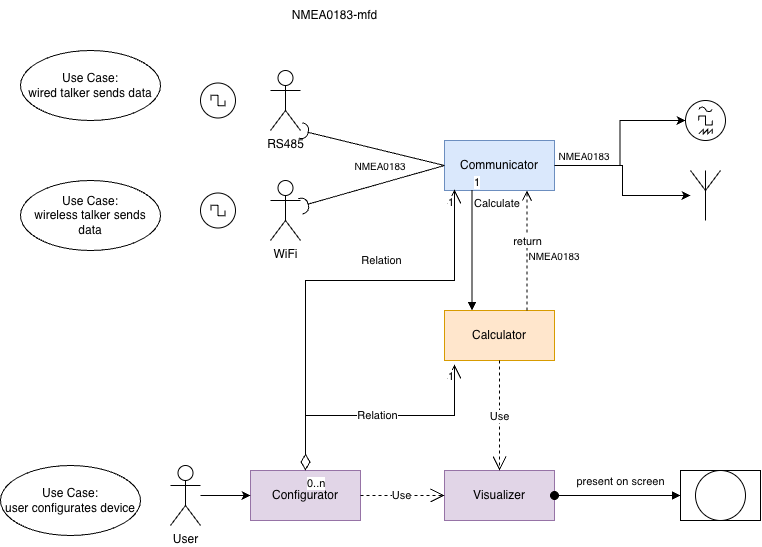
This is NMEA0183-mfd-Use-cases.png from Waps61/NMEA0183_mfd, a draw.io export, as it was before one commit. Source tidied: cells renumbered, new cells last; positions are measured from the earlier drawing's top-left corner, leaving out a move shared by most shapes. Source of this version:
```xml
<mxGraphModel>
  <root>
    <mxCell id="0" />
    <mxCell id="1" parent="0" />
    <mxCell id="2" style="edgeStyle=orthogonalEdgeStyle;rounded=0;jettySize=auto;html=1;exitX=1;exitY=0.5;exitDx=0;exitDy=0;" parent="1" edge="1" source="3" target="15">
      <mxGeometry relative="1" as="geometry" />
    </mxCell>
    <mxCell id="3" value="Communicator" style="html=1;whiteSpace=wrap;fillColor=#dae8fc;strokeColor=#6c8ebf;" parent="1" vertex="1">
      <mxGeometry x="444" y="140" width="110" height="50" as="geometry" />
    </mxCell>
    <mxCell id="4" value="Calculator" style="html=1;whiteSpace=wrap;fillColor=#ffe6cc;strokeColor=#d79b00;" parent="1" vertex="1">
      <mxGeometry x="444" y="310" width="110" height="50" as="geometry" />
    </mxCell>
    <mxCell id="5" value="Visualizer" style="html=1;whiteSpace=wrap;fillColor=#e1d5e7;strokeColor=#9673a6;" parent="1" vertex="1">
      <mxGeometry x="444" y="470" width="110" height="50" as="geometry" />
    </mxCell>
    <mxCell id="6" value="RS485" style="shape=umlActor;verticalLabelPosition=bottom;verticalAlign=top;html=1;" parent="1" vertex="1">
      <mxGeometry x="270" y="70" width="30" height="60" as="geometry" />
    </mxCell>
    <mxCell id="7" value="WiFi" style="shape=umlActor;verticalLabelPosition=bottom;verticalAlign=top;html=1;" parent="1" vertex="1">
      <mxGeometry x="270" y="180" width="30" height="60" as="geometry" />
    </mxCell>
    <mxCell id="8" style="rounded=0;jettySize=auto;html=1;endArrow=halfCircle;endFill=0;endSize=6;strokeWidth=1;sketch=0;fontSize=12;curved=1;entryX=1;entryY=1;entryDx=0;entryDy=0;entryPerimeter=0;exitX=0;exitY=0.5;exitDx=0;exitDy=0;" parent="1" edge="1" source="3" target="6">
      <mxGeometry relative="1" as="geometry" />
    </mxCell>
    <mxCell id="9" style="ellipse;whiteSpace=wrap;html=1;align=center;fillColor=none;strokeColor=none;perimeter=centerPerimeter;" parent="1" vertex="1">
      <mxGeometry x="630" y="360" width="10" height="10" as="geometry" />
    </mxCell>
    <mxCell id="10" style="rounded=0;jettySize=auto;html=1;endArrow=halfCircle;endFill=0;endSize=6;strokeWidth=1;sketch=0;fontSize=12;curved=1;exitX=0;exitY=0.5;exitDx=0;exitDy=0;" parent="1" edge="1" source="3" target="7">
      <mxGeometry relative="1" as="geometry" />
    </mxCell>
    <mxCell id="11" style="ellipse;whiteSpace=wrap;html=1;align=center;fillColor=none;strokeColor=none;perimeter=centerPerimeter;" parent="1" vertex="1">
      <mxGeometry x="630" y="360" width="10" height="10" as="geometry" />
    </mxCell>
    <mxCell id="12" style="verticalLabelPosition=bottom;outlineConnect=0;align=center;dashed=0;html=1;verticalAlign=top;shape=mxgraph.pid.misc.viewing_glass;" parent="1" vertex="1">
      <mxGeometry x="680" y="470" width="80" height="50" as="geometry" />
    </mxCell>
    <mxCell id="13" style="verticalLabelPosition=bottom;shadow=0;dashed=0;align=center;html=1;verticalAlign=top;shape=mxgraph.electrical.signal_sources.source;elSignalType=square;" parent="1" vertex="1">
      <mxGeometry x="200" y="82.5" width="35" height="35" as="geometry" />
    </mxCell>
    <mxCell id="14" style="verticalLabelPosition=bottom;shadow=0;dashed=0;align=center;html=1;verticalAlign=top;shape=mxgraph.electrical.signal_sources.source;elSignalType=square;" parent="1" vertex="1">
      <mxGeometry x="200" y="192.5" width="35" height="35" as="geometry" />
    </mxCell>
    <mxCell id="15" style="verticalLabelPosition=bottom;shadow=0;dashed=0;align=center;html=1;verticalAlign=top;shape=mxgraph.electrical.radio.aerial_-_antenna_1;" parent="1" vertex="1">
      <mxGeometry x="690" y="170" width="30" height="50" as="geometry" />
    </mxCell>
    <mxCell id="16" style="perimeter=ellipsePerimeter;verticalLabelPosition=bottom;shadow=0;dashed=0;align=center;html=1;verticalAlign=top;shape=mxgraph.electrical.instruments.signal_generator;" parent="1" vertex="1">
      <mxGeometry x="680" y="100" width="50" height="40" as="geometry" />
    </mxCell>
    <mxCell id="17" style="edgeStyle=orthogonalEdgeStyle;rounded=0;jettySize=auto;html=1;exitX=1;exitY=0.5;exitDx=0;exitDy=0;entryX=0;entryY=0.5;entryDx=0;entryDy=0;entryPerimeter=0;" parent="1" edge="1" source="3" target="16">
      <mxGeometry relative="1" as="geometry" />
    </mxCell>
    <mxCell id="18" value="NMEA0183" style="text;html=1;whiteSpace=wrap;strokeColor=none;fillColor=none;align=center;verticalAlign=middle;rounded=0;fontSize=10;" parent="1" vertex="1">
      <mxGeometry x="554" y="140" width="60" height="30" as="geometry" />
    </mxCell>
    <mxCell id="19" value="NMEA0183" style="text;html=1;whiteSpace=wrap;strokeColor=none;fillColor=none;align=center;verticalAlign=middle;rounded=0;fontSize=10;" parent="1" vertex="1">
      <mxGeometry x="524" y="240" width="60" height="30" as="geometry" />
    </mxCell>
    <mxCell id="20" value="Configurator" style="html=1;whiteSpace=wrap;fillColor=#e1d5e7;strokeColor=#9673a6;" parent="1" vertex="1">
      <mxGeometry x="250" y="470" width="110" height="50" as="geometry" />
    </mxCell>
    <mxCell id="21" value="Use" style="endArrow=open;endSize=12;dashed=1;html=1;rounded=0;exitX=1;exitY=0.5;exitDx=0;exitDy=0;entryX=0;entryY=0.5;entryDx=0;entryDy=0;" parent="1" edge="1" source="20" target="5">
      <mxGeometry relative="1" as="geometry" />
    </mxCell>
    <mxCell id="22" value="Use" style="endArrow=open;endSize=12;dashed=1;html=1;rounded=0;exitX=0.5;exitY=1;exitDx=0;exitDy=0;" parent="1" edge="1" source="4" target="5">
      <mxGeometry relative="1" as="geometry" />
    </mxCell>
    <mxCell id="23" value="Calculate" style="endArrow=block;endFill=1;html=1;edgeStyle=orthogonalEdgeStyle;align=left;verticalAlign=top;rounded=0;exitX=0.25;exitY=1;exitDx=0;exitDy=0;entryX=0.25;entryY=0;entryDx=0;entryDy=0;" parent="1" edge="1" source="3" target="4">
      <mxGeometry x="-1" relative="1" as="geometry" />
    </mxCell>
    <mxCell id="24" value="1" style="edgeLabel;html=1;align=left;verticalAlign=bottom;" parent="23" vertex="1">
      <mxGeometry x="-1" relative="1" as="geometry" />
    </mxCell>
    <mxCell id="25" value="return" style="html=1;verticalAlign=bottom;endArrow=open;dashed=1;endSize=8;curved=0;rounded=0;entryX=0.75;entryY=1;entryDx=0;entryDy=0;exitX=0.75;exitY=0;exitDx=0;exitDy=0;" parent="1" edge="1" source="4" target="3">
      <mxGeometry relative="1" as="geometry" />
    </mxCell>
    <mxCell id="26" style="edgeStyle=orthogonalEdgeStyle;rounded=0;jettySize=auto;html=1;" parent="1" edge="1" source="27" target="20">
      <mxGeometry relative="1" as="geometry" />
    </mxCell>
    <mxCell id="27" value="User" style="shape=umlActor;verticalLabelPosition=bottom;verticalAlign=top;html=1;" parent="1" vertex="1">
      <mxGeometry x="170" y="465" width="30" height="60" as="geometry" />
    </mxCell>
    <mxCell id="28" value="Relation" style="endArrow=open;html=1;endSize=12;startArrow=diamondThin;startSize=14;startFill=0;edgeStyle=orthogonalEdgeStyle;rounded=0;exitX=0.5;exitY=0;exitDx=0;exitDy=0;entryX=0.091;entryY=0.98;entryDx=0;entryDy=0;entryPerimeter=0;" parent="1" edge="1" source="20" target="3">
      <mxGeometry x="0.23" y="20" relative="1" as="geometry">
        <Array as="points">
          <mxPoint x="305" y="280" />
          <mxPoint x="454" y="280" />
        </Array>
      </mxGeometry>
    </mxCell>
    <mxCell id="29" value="0..n" style="edgeLabel;html=1;align=left;verticalAlign=top;" parent="28" vertex="1">
      <mxGeometry x="-1" relative="1" as="geometry" />
    </mxCell>
    <mxCell id="30" value="1" style="edgeLabel;html=1;align=right;verticalAlign=top;" parent="28" vertex="1">
      <mxGeometry x="1" relative="1" as="geometry" />
    </mxCell>
    <mxCell id="31" value="Relation" style="endArrow=open;html=1;endSize=12;startArrow=diamondThin;startSize=14;startFill=0;edgeStyle=orthogonalEdgeStyle;rounded=0;exitX=0.5;exitY=0;exitDx=0;exitDy=0;entryX=0.091;entryY=1.08;entryDx=0;entryDy=0;entryPerimeter=0;" parent="1" edge="1" source="20" target="4">
      <mxGeometry relative="1" as="geometry" />
    </mxCell>
    <mxCell id="32" value="0..n" style="edgeLabel;html=1;align=left;verticalAlign=top;" parent="31" vertex="1">
      <mxGeometry x="-1" relative="1" as="geometry" />
    </mxCell>
    <mxCell id="33" value="1" style="edgeLabel;html=1;align=right;verticalAlign=top;" parent="31" vertex="1">
      <mxGeometry x="1" relative="1" as="geometry" />
    </mxCell>
    <mxCell id="34" value="present on screen" style="html=1;verticalAlign=bottom;startArrow=oval;startFill=1;endArrow=block;startSize=8;curved=0;rounded=0;exitX=1;exitY=0.5;exitDx=0;exitDy=0;" parent="1" edge="1" source="5" target="12">
      <mxGeometry x="0.05" y="5" relative="1" as="geometry" />
    </mxCell>
    <mxCell id="35" value="NMEA0183-mfd" style="text;html=1;whiteSpace=wrap;strokeColor=none;fillColor=none;align=center;verticalAlign=middle;rounded=0;" parent="1" vertex="1">
      <mxGeometry x="289" width="91" height="30" as="geometry" />
    </mxCell>
    <mxCell id="36" value="NMEA0183" style="text;html=1;whiteSpace=wrap;strokeColor=none;fillColor=none;align=center;verticalAlign=middle;rounded=0;fontSize=10;" parent="1" vertex="1">
      <mxGeometry x="350" y="150" width="60" height="30" as="geometry" />
    </mxCell>
    <mxCell id="37" value="Use Case:&lt;br&gt;wired talker sends data" style="ellipse;whiteSpace=wrap;html=1;" parent="1" vertex="1">
      <mxGeometry x="20" y="50" width="140" height="70" as="geometry" />
    </mxCell>
    <mxCell id="38" value="Use Case:&lt;div&gt;wireless talker sends data&lt;/div&gt;" style="ellipse;whiteSpace=wrap;html=1;" parent="1" vertex="1">
      <mxGeometry x="20" y="180" width="140" height="70" as="geometry" />
    </mxCell>
    <mxCell id="39" value="Use Case:&lt;div&gt;user configurates device&lt;/div&gt;" style="ellipse;whiteSpace=wrap;html=1;" parent="1" vertex="1">
      <mxGeometry y="465" width="140" height="70" as="geometry" />
    </mxCell>
  </root>
</mxGraphModel>
```
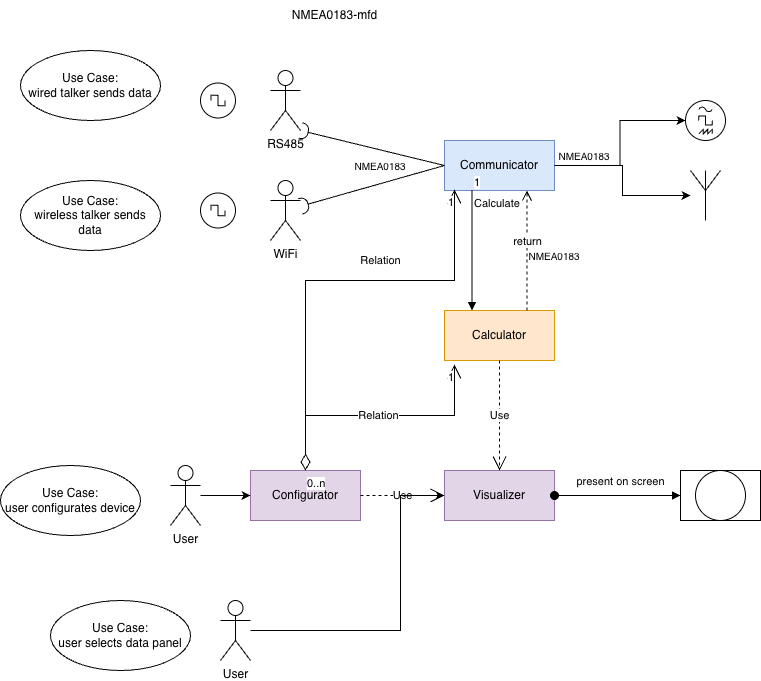
Later version of the same file.

Commit message:
file name correction so it can be linked

Change to the diagram source:
```diff
@@ -121,5 +121,19 @@
     <mxCell id="39" value="Use Case:&lt;div&gt;user configurates device&lt;/div&gt;" style="ellipse;whiteSpace=wrap;html=1;" parent="1" vertex="1">
       <mxGeometry y="465" width="140" height="70" as="geometry" />
     </mxCell>
+    <mxCell id="40" style="edgeStyle=orthogonalEdgeStyle;rounded=0;jettySize=auto;html=1;entryX=0;entryY=0.5;entryDx=0;entryDy=0;" parent="1" edge="1" source="41" target="5">
+      <mxGeometry relative="1" as="geometry">
+        <Array as="points">
+          <mxPoint x="400" y="630" />
+          <mxPoint x="400" y="495" />
+        </Array>
+      </mxGeometry>
+    </mxCell>
+    <mxCell id="41" value="User" style="shape=umlActor;verticalLabelPosition=bottom;verticalAlign=top;html=1;" parent="1" vertex="1">
+      <mxGeometry x="220" y="600" width="30" height="60" as="geometry" />
+    </mxCell>
+    <mxCell id="42" value="Use Case:&lt;div&gt;user selects data panel&lt;/div&gt;" style="ellipse;whiteSpace=wrap;html=1;" parent="1" vertex="1">
+      <mxGeometry x="50" y="600" width="140" height="70" as="geometry" />
+    </mxCell>
   </root>
 </mxGraphModel>
```
